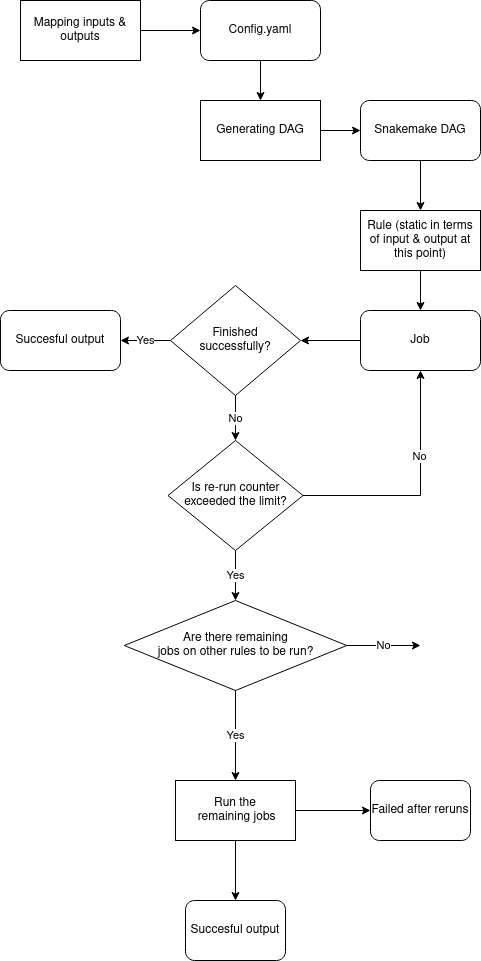
Above: notes/architect.drawio.png in NMRL/Ardetype (draw.io), before the change. Source tidied: cells renumbered, new cells last; positions are measured from the earlier drawing's top-left corner, leaving out a move shared by most shapes.
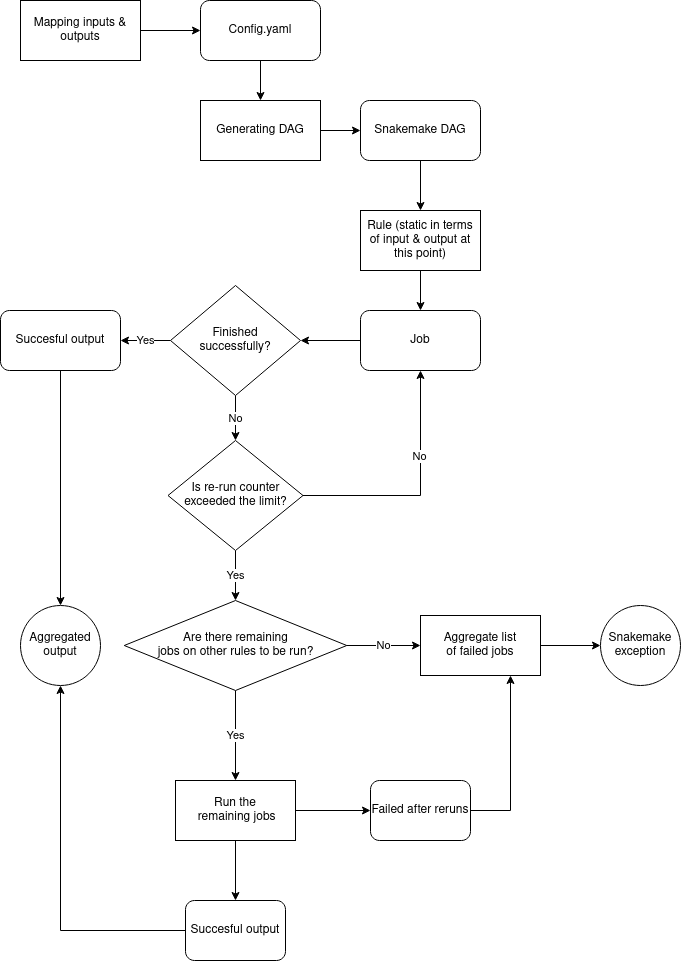
After the commit.

Change to the diagram source:
```diff
@@ -38,6 +38,9 @@
     <mxCell id="13" value="Job" style="rounded=1;whiteSpace=wrap;html=1;" parent="1" vertex="1">
       <mxGeometry x="360" y="310" width="120" height="60" as="geometry" />
     </mxCell>
+    <mxCell id="30" style="edgeStyle=orthogonalEdgeStyle;rounded=0;jettySize=auto;html=1;exitX=0.5;exitY=1;exitDx=0;exitDy=0;entryX=0.5;entryY=0;entryDx=0;entryDy=0;" parent="1" edge="1" source="14" target="36">
+      <mxGeometry relative="1" as="geometry" />
+    </mxCell>
     <mxCell id="14" value="Succesful output" style="rounded=1;whiteSpace=wrap;html=1;" parent="1" vertex="1">
       <mxGeometry y="310" width="120" height="60" as="geometry" />
     </mxCell>
@@ -94,11 +97,29 @@
     <mxCell id="27" value="&lt;div&gt;Run the&lt;/div&gt;&lt;div&gt;&amp;nbsp;remaining jobs&lt;/div&gt;" style="rounded=0;whiteSpace=wrap;html=1;" parent="1" vertex="1">
       <mxGeometry x="175" y="780" width="120" height="60" as="geometry" />
     </mxCell>
+    <mxCell id="31" style="edgeStyle=orthogonalEdgeStyle;rounded=0;jettySize=auto;html=1;exitX=1;exitY=0.5;exitDx=0;exitDy=0;entryX=0.75;entryY=1;entryDx=0;entryDy=0;" parent="1" edge="1" source="28" target="34">
+      <mxGeometry relative="1" as="geometry" />
+    </mxCell>
     <mxCell id="28" value="Failed after reruns " style="rounded=1;whiteSpace=wrap;html=1;" parent="1" vertex="1">
       <mxGeometry x="370" y="780" width="100" height="60" as="geometry" />
     </mxCell>
+    <mxCell id="32" style="edgeStyle=orthogonalEdgeStyle;rounded=0;jettySize=auto;html=1;exitX=0;exitY=0.5;exitDx=0;exitDy=0;entryX=0.5;entryY=1;entryDx=0;entryDy=0;" parent="1" edge="1" source="29" target="36">
+      <mxGeometry relative="1" as="geometry" />
+    </mxCell>
     <mxCell id="29" value="Succesful output" style="rounded=1;whiteSpace=wrap;html=1;" parent="1" vertex="1">
       <mxGeometry x="185" y="900" width="100" height="60" as="geometry" />
     </mxCell>
+    <mxCell id="33" style="edgeStyle=orthogonalEdgeStyle;rounded=0;jettySize=auto;html=1;exitX=1;exitY=0.5;exitDx=0;exitDy=0;entryX=0;entryY=0.5;entryDx=0;entryDy=0;" parent="1" edge="1" source="34" target="35">
+      <mxGeometry relative="1" as="geometry" />
+    </mxCell>
+    <mxCell id="34" value="&lt;div&gt;Aggregate list &lt;br&gt;&lt;/div&gt;&lt;div&gt;of failed jobs&lt;/div&gt;" style="rounded=0;whiteSpace=wrap;html=1;" parent="1" vertex="1">
+      <mxGeometry x="420" y="615" width="120" height="60" as="geometry" />
+    </mxCell>
+    <mxCell id="35" value="&lt;div&gt;Snakemake&lt;/div&gt;&lt;div&gt;exception&lt;br&gt;&lt;/div&gt;" style="ellipse;whiteSpace=wrap;html=1;" parent="1" vertex="1">
+      <mxGeometry x="600" y="605" width="80" height="80" as="geometry" />
+    </mxCell>
+    <mxCell id="36" value="Aggregated&lt;br&gt;output" style="ellipse;whiteSpace=wrap;html=1;" parent="1" vertex="1">
+      <mxGeometry x="20" y="605" width="80" height="80" as="geometry" />
+    </mxCell>
   </root>
 </mxGraphModel>
```
